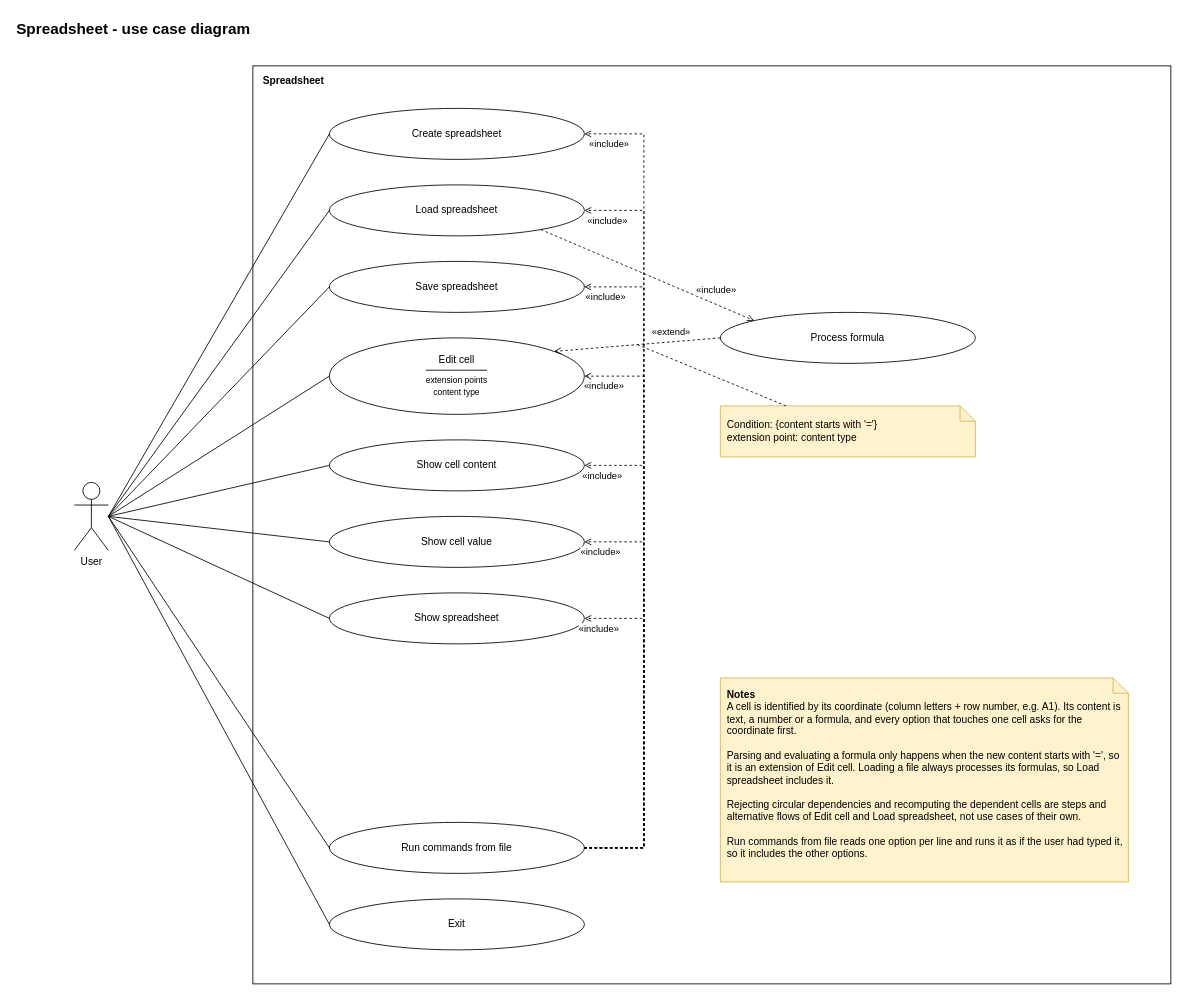
Earlier version of the draw.io diagram docs/use-case-diagram.drawio (kamanfung-upc/softeng-project). Source tidied: cells renumbered, new cells numbered last; positions are measured from the earlier drawing's top-left corner, leaving out a move shared by most shapes. Both pictures are drawn from the tidied source at 85%, with x=0, y=0 at pixel (14, 14).
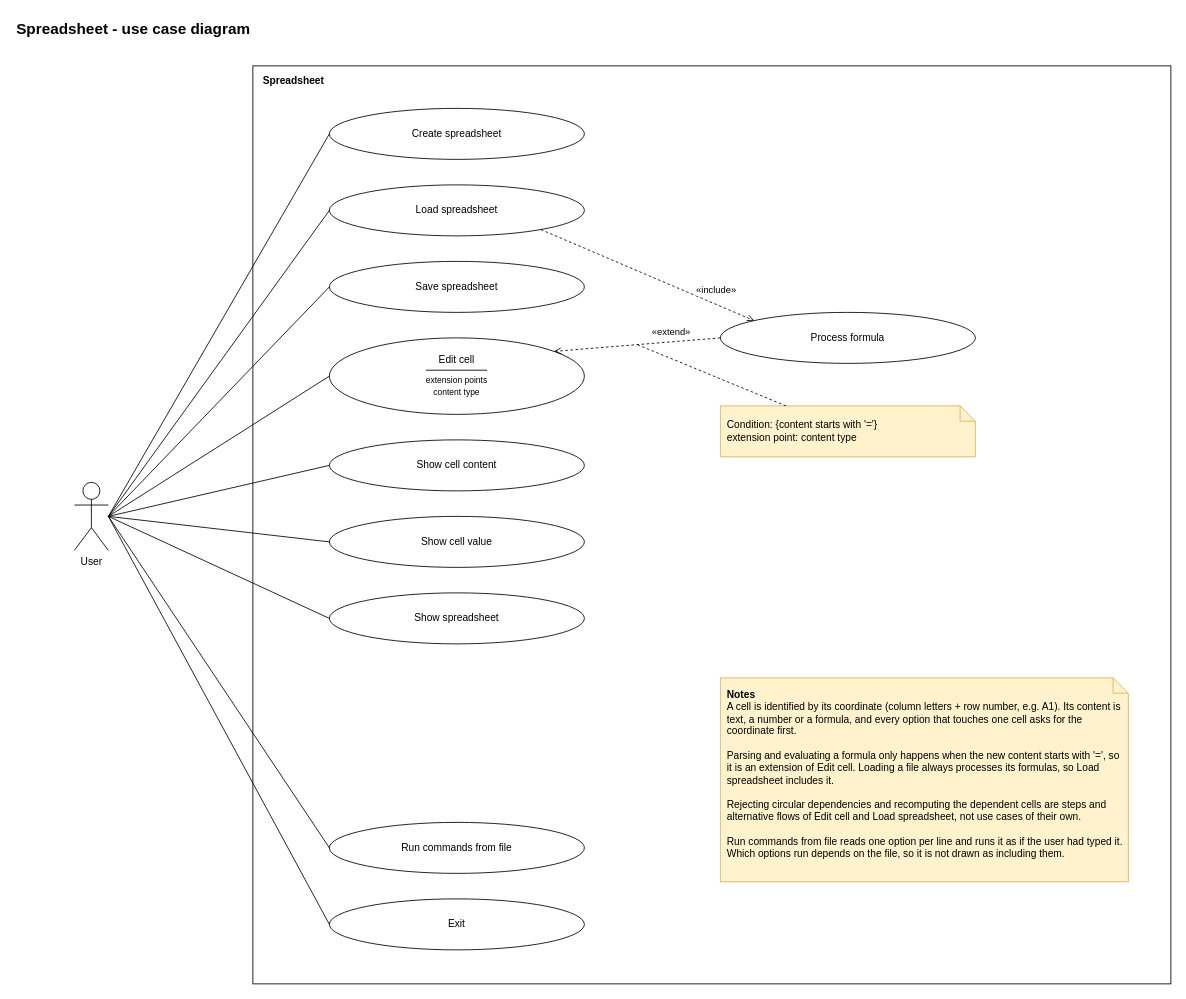
The same diagram, later.

Commit message (it also covers changes not shown here):
docs: unify formula error rules in Process formula and fix diagram notation

Unchanged cells that the change refers to:
```xml
<mxCell id="5" value="Create spreadsheet" style="ellipse;whiteSpace=wrap;html=1;" parent="1" vertex="1">
  <mxGeometry x="370" y="110" width="300" height="60" as="geometry" />
</mxCell>
<mxCell id="6" value="Load spreadsheet" style="ellipse;whiteSpace=wrap;html=1;" parent="1" vertex="1">
  <mxGeometry x="370" y="200" width="300" height="60" as="geometry" />
</mxCell>
<mxCell id="7" value="Save spreadsheet" style="ellipse;whiteSpace=wrap;html=1;" parent="1" vertex="1">
  <mxGeometry x="370" y="290" width="300" height="60" as="geometry" />
</mxCell>
<mxCell id="8" value="Show cell content" style="ellipse;whiteSpace=wrap;html=1;" parent="1" vertex="1">
  <mxGeometry x="370" y="500" width="300" height="60" as="geometry" />
</mxCell>
<mxCell id="9" value="Show cell value" style="ellipse;whiteSpace=wrap;html=1;" parent="1" vertex="1">
  <mxGeometry x="370" y="590" width="300" height="60" as="geometry" />
</mxCell>
<mxCell id="10" value="Show spreadsheet" style="ellipse;whiteSpace=wrap;html=1;" parent="1" vertex="1">
  <mxGeometry x="370" y="680" width="300" height="60" as="geometry" />
</mxCell>
<mxCell id="11" value="Run commands from file" style="ellipse;whiteSpace=wrap;html=1;" parent="1" vertex="1">
  <mxGeometry x="370" y="950" width="300" height="60" as="geometry" />
</mxCell>
<mxCell id="13" value="Edit cell&lt;hr style=&quot;border:none;border-top:1px solid #000000;margin:4px 0;&quot;&gt;&lt;font style=&quot;font-size:10px;&quot;&gt;extension points&lt;br&gt;content type&lt;/font&gt;" style="ellipse;whiteSpace=wrap;html=1;" parent="1" vertex="1">
  <mxGeometry x="370" y="380" width="300" height="90" as="geometry" />
</mxCell>
```

What changed in the source:
```diff
@@
-    <mxCell id="28" style="endArrow=open;endFill=1;dashed=1;html=1;rounded=0;edgeStyle=orthogonalEdgeStyle;exitX=1;exitY=0.5;exitDx=0;exitDy=0;entryX=1;entryY=0.5;entryDx=0;entryDy=0;" parent="1" edge="1" source="11" target="5">
-      <mxGeometry relative="1" as="geometry">
-        <Array as="points">
-          <mxPoint x="740" y="980" />
-          <mxPoint x="740" y="140" />
-        </Array>
-      </mxGeometry>
-    </mxCell>
-    <mxCell id="29" value="«include»" style="edgeLabel;html=1;align=center;verticalAlign=middle;" parent="28" vertex="1">
-      <mxGeometry x="0.96" relative="1" as="geometry">
-        <mxPoint x="8" y="11" as="offset" />
-      </mxGeometry>
-    </mxCell>
-    <mxCell id="30" style="endArrow=open;endFill=1;dashed=1;html=1;rounded=0;edgeStyle=orthogonalEdgeStyle;exitX=1;exitY=0.5;exitDx=0;exitDy=0;entryX=1;entryY=0.5;entryDx=0;entryDy=0;" parent="1" edge="1" source="11" target="6">
-      <mxGeometry relative="1" as="geometry">
-        <Array as="points">
-          <mxPoint x="740" y="980" />
-          <mxPoint x="740" y="230" />
-        </Array>
-      </mxGeometry>
-    </mxCell>
-    <mxCell id="31" value="«include»" style="edgeLabel;html=1;align=center;verticalAlign=middle;" parent="30" vertex="1">
-      <mxGeometry x="0.96" relative="1" as="geometry">
-        <mxPoint x="8" y="11" as="offset" />
-      </mxGeometry>
-    </mxCell>
-    <mxCell id="32" style="endArrow=open;endFill=1;dashed=1;html=1;rounded=0;edgeStyle=orthogonalEdgeStyle;exitX=1;exitY=0.5;exitDx=0;exitDy=0;entryX=1;entryY=0.5;entryDx=0;entryDy=0;" parent="1" edge="1" source="11" target="7">
-      <mxGeometry relative="1" as="geometry">
-        <Array as="points">
-          <mxPoint x="740" y="980" />
-          <mxPoint x="740" y="320" />
-        </Array>
-      </mxGeometry>
-    </mxCell>
-    <mxCell id="33" value="«include»" style="edgeLabel;html=1;align=center;verticalAlign=middle;" parent="32" vertex="1">
-      <mxGeometry x="0.96" relative="1" as="geometry">
-        <mxPoint x="8" y="11" as="offset" />
-      </mxGeometry>
-    </mxCell>
-    <mxCell id="34" style="endArrow=open;endFill=1;dashed=1;html=1;rounded=0;edgeStyle=orthogonalEdgeStyle;exitX=1;exitY=0.5;exitDx=0;exitDy=0;entryX=1;entryY=0.5;entryDx=0;entryDy=0;" parent="1" edge="1" source="11" target="8">
-      <mxGeometry relative="1" as="geometry">
-        <Array as="points">
-          <mxPoint x="740" y="980" />
-          <mxPoint x="740" y="530" />
-        </Array>
-      </mxGeometry>
-    </mxCell>
-    <mxCell id="35" value="«include»" style="edgeLabel;html=1;align=center;verticalAlign=middle;" parent="34" vertex="1">
-      <mxGeometry x="0.96" relative="1" as="geometry">
-        <mxPoint x="8" y="11" as="offset" />
-      </mxGeometry>
-    </mxCell>
-    <mxCell id="36" style="endArrow=open;endFill=1;dashed=1;html=1;rounded=0;edgeStyle=orthogonalEdgeStyle;exitX=1;exitY=0.5;exitDx=0;exitDy=0;entryX=1;entryY=0.5;entryDx=0;entryDy=0;" parent="1" edge="1" source="11" target="9">
-      <mxGeometry relative="1" as="geometry">
-        <Array as="points">
-          <mxPoint x="740" y="980" />
-          <mxPoint x="740" y="620" />
-        </Array>
-      </mxGeometry>
-    </mxCell>
-    <mxCell id="37" value="«include»" style="edgeLabel;html=1;align=center;verticalAlign=middle;" parent="36" vertex="1">
-      <mxGeometry x="0.96" relative="1" as="geometry">
-        <mxPoint x="8" y="11" as="offset" />
-      </mxGeometry>
-    </mxCell>
-    <mxCell id="38" style="endArrow=open;endFill=1;dashed=1;html=1;rounded=0;edgeStyle=orthogonalEdgeStyle;exitX=1;exitY=0.5;exitDx=0;exitDy=0;entryX=1;entryY=0.5;entryDx=0;entryDy=0;" parent="1" edge="1" source="11" target="10">
-      <mxGeometry relative="1" as="geometry">
-        <Array as="points">
-          <mxPoint x="740" y="980" />
-          <mxPoint x="740" y="710" />
-        </Array>
-      </mxGeometry>
-    </mxCell>
-    <mxCell id="39" value="«include»" style="edgeLabel;html=1;align=center;verticalAlign=middle;" parent="38" vertex="1">
-      <mxGeometry x="0.96" relative="1" as="geometry">
-        <mxPoint x="8" y="11" as="offset" />
-      </mxGeometry>
-    </mxCell>
-    <mxCell id="40" style="endArrow=open;endFill=1;dashed=1;html=1;rounded=0;edgeStyle=orthogonalEdgeStyle;exitX=1;exitY=0.5;exitDx=0;exitDy=0;entryX=1;entryY=0.5;entryDx=0;entryDy=0;" parent="1" edge="1" source="11" target="13">
-      <mxGeometry relative="1" as="geometry">
-        <Array as="points">
-          <mxPoint x="740" y="980" />
-          <mxPoint x="740" y="425" />
-        </Array>
-      </mxGeometry>
-    </mxCell>
-    <mxCell id="41" value="«include»" style="edgeLabel;html=1;align=center;verticalAlign=middle;" parent="40" vertex="1">
-      <mxGeometry x="0.96" relative="1" as="geometry">
-        <mxPoint x="8" y="11" as="offset" />
-      </mxGeometry>
-    </mxCell>
-    <mxCell id="42" value="&lt;b&gt;Notes&lt;/b&gt;&lt;br&gt;A cell is identified by its coordinate (column letters + row number, e.g. A1). Its content is text, a number or a formula, and every option that touches one cell asks for the coordinate first.&lt;br&gt;&lt;br&gt;Parsing and evaluating a formula only happens when the new content starts with '=', so it is an extension of Edit cell. Loading a file always processes its formulas, so Load spreadsheet includes it.&lt;br&gt;&lt;br&gt;Rejecting circular dependencies and recomputing the dependent cells are steps and alternative flows of Edit cell and Load spreadsheet, not use cases of their own.&lt;br&gt;&lt;br&gt;Run commands from file reads one option per line and runs it as if the user had typed it, so it includes the other options." style="shape=note;whiteSpace=wrap;html=1;align=left;verticalAlign=top;spacing=8;size=18;fillColor=#fff2cc;strokeColor=#d6b656;" parent="1" vertex="1">
+    <mxCell id="42" value="&lt;b&gt;Notes&lt;/b&gt;&lt;br&gt;A cell is identified by its coordinate (column letters + row number, e.g. A1). Its content is text, a number or a formula, and every option that touches one cell asks for the coordinate first.&lt;br&gt;&lt;br&gt;Parsing and evaluating a formula only happens when the new content starts with '=', so it is an extension of Edit cell. Loading a file always processes its formulas, so Load spreadsheet includes it.&lt;br&gt;&lt;br&gt;Rejecting circular dependencies and recomputing the dependent cells are steps and alternative flows of Edit cell and Load spreadsheet, not use cases of their own.&lt;br&gt;&lt;br&gt;Run commands from file reads one option per line and runs it as if the user had typed it. Which options run depends on the file, so it is not drawn as including them." style="shape=note;whiteSpace=wrap;html=1;align=left;verticalAlign=top;spacing=8;size=18;fillColor=#fff2cc;strokeColor=#d6b656;" parent="1" vertex="1">
       <mxGeometry x="830" y="780" width="480" height="240" as="geometry" />
     </mxCell>
```
